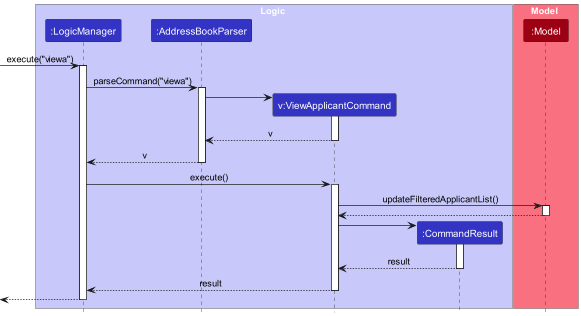
Earlier version of the PlantUML export docs/images/ViewApplicantCommandSequenceDiagram.png (nus-cs2103-AY2324S1/tp).
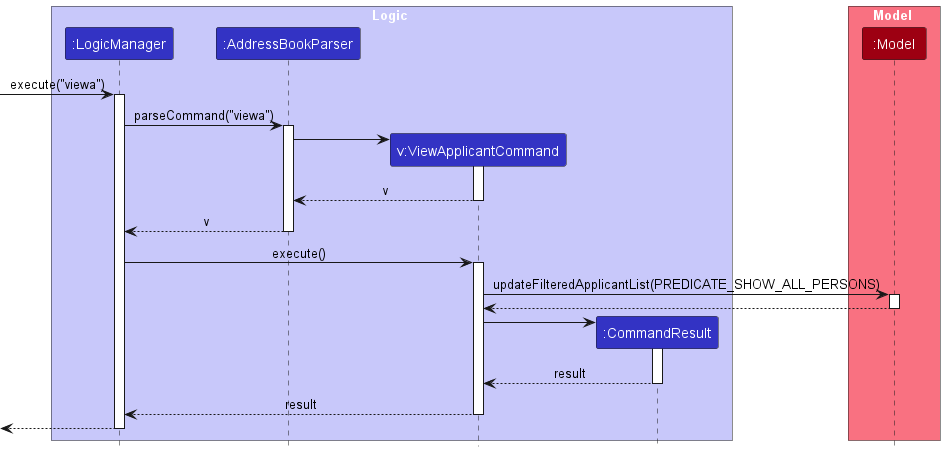
After the change.

Change to the diagram source:
```diff
@@ -32,7 +32,7 @@
 LogicManager -> ViewApplicantCommand : execute()
 activate ViewApplicantCommand
 
-ViewApplicantCommand -> Model : updateFilteredApplicantList()
+ViewApplicantCommand -> Model : updateFilteredApplicantList(PREDICATE_SHOW_ALL_PERSONS)
 activate Model
 
 Model --> ViewApplicantCommand
```
